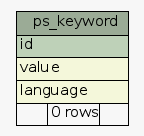
This is manuals_and_examples/manuals/doc-petascope/dbschema/schema/diagrams/summary/ps_keyword.1degree.png from kalxas/rasdaman, a Graphviz export, as it was before one commit. Its source is kept beside it as manuals_and_examples/manuals/doc-petascope/dbschema/schema/diagrams/summary/ps_keyword.1degree.dot. The source it was exported from:
```dot
digraph "ps_keyword" {
  graph [
    rankdir="RL"
    bgcolor="#f7f7f7"
    nodesep="0.18"
    ranksep="0.46"
    fontname="Helvetica"
    fontsize="11"
  ];
  node [
    fontname="Helvetica"
    fontsize="11"
    shape="plaintext"
  ];
  edge [
    arrowsize="0.8"
  ];
  "ps_keyword" [
    label=<
    <TABLE BORDER="0" CELLBORDER="1" CELLSPACING="0" BGCOLOR="#ffffff">
      <TR><TD COLSPAN="3" BGCOLOR="#9bab96" ALIGN="CENTER">ps_keyword</TD></TR>
      <TR><TD PORT="id" COLSPAN="3" BGCOLOR="#bed1b8" ALIGN="LEFT">id</TD></TR>
      <TR><TD PORT="value" COLSPAN="3" BGCOLOR="#f4f7da" ALIGN="LEFT">value</TD></TR>
      <TR><TD PORT="language" COLSPAN="3" BGCOLOR="#f4f7da" ALIGN="LEFT">language</TD></TR>
      <TR><TD ALIGN="LEFT" BGCOLOR="#f7f7f7">  </TD><TD ALIGN="RIGHT" BGCOLOR="#f7f7f7">0 rows</TD><TD ALIGN="RIGHT" BGCOLOR="#f7f7f7">  </TD></TR>
    </TABLE>>
    URL="tables/ps_keyword.html"
    tooltip="ps_keyword"
  ];
}
```
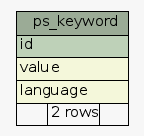
Later version of the same file.

What changed in the source:
```diff
@@ -22,7 +22,7 @@
       <TR><TD PORT="id" COLSPAN="3" BGCOLOR="#bed1b8" ALIGN="LEFT">id</TD></TR>
       <TR><TD PORT="value" COLSPAN="3" BGCOLOR="#f4f7da" ALIGN="LEFT">value</TD></TR>
       <TR><TD PORT="language" COLSPAN="3" BGCOLOR="#f4f7da" ALIGN="LEFT">language</TD></TR>
-      <TR><TD ALIGN="LEFT" BGCOLOR="#f7f7f7">  </TD><TD ALIGN="RIGHT" BGCOLOR="#f7f7f7">0 rows</TD><TD ALIGN="RIGHT" BGCOLOR="#f7f7f7">  </TD></TR>
+      <TR><TD ALIGN="LEFT" BGCOLOR="#f7f7f7">  </TD><TD ALIGN="RIGHT" BGCOLOR="#f7f7f7">2 rows</TD><TD ALIGN="RIGHT" BGCOLOR="#f7f7f7">  </TD></TR>
     </TABLE>>
     URL="tables/ps_keyword.html"
     tooltip="ps_keyword"
```
